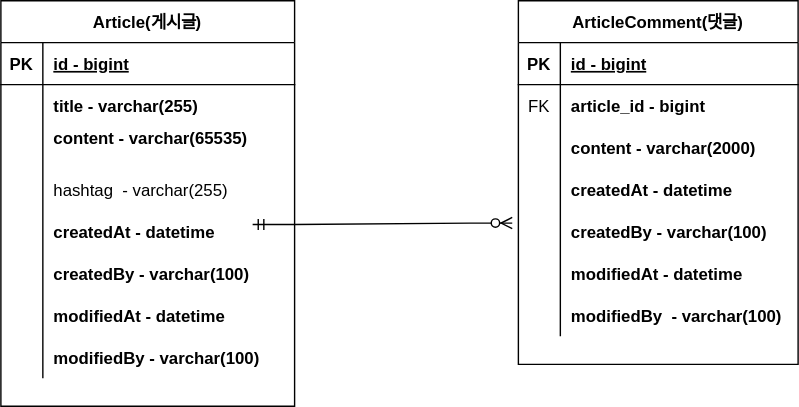
ikyoon0619/board-service keeps this draw.io diagram as document/project-board-erd.svg. Above is the earlier version. Source tidied: cells renumbered, new cells last; positions are measured from the earlier drawing's top-left corner, leaving out a move shared by most shapes.
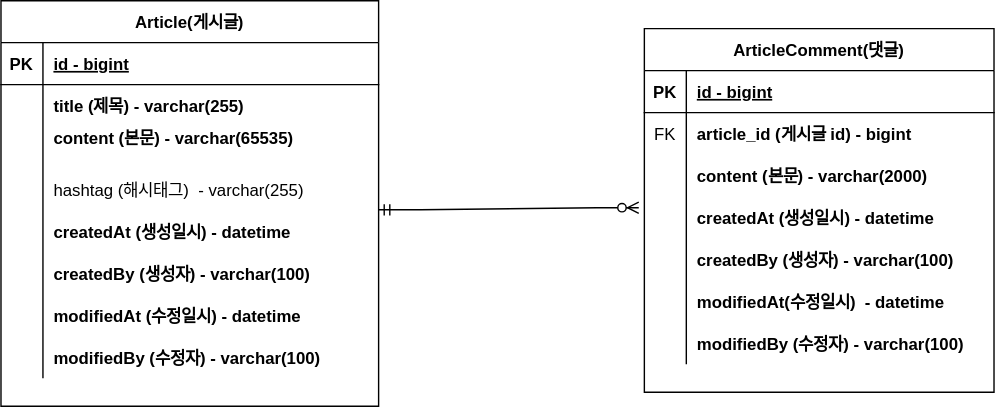
After the change.

Commit message:
#8 - ERD 한글 주석 업데이트: project-board-erd.svg

Change to the diagram source:
```diff
@@ -3,149 +3,149 @@
     <mxCell id="0" />
     <mxCell id="1" parent="0" />
     <mxCell id="2" value="Article(게시글)" style="shape=table;startSize=30;rowLines=0;fontStyle=1;align=center;" parent="1" vertex="1">
-      <mxGeometry width="210" height="290" as="geometry" />
+      <mxGeometry x="-20" width="270" height="290" as="geometry" />
     </mxCell>
     <mxCell id="3" style="shape=tableRow;horizontal=0;startSize=0;swimlaneHead=0;swimlaneBody=0;fillColor=none;top=0;left=0;right=0;bottom=1;" parent="2" vertex="1">
-      <mxGeometry y="30" width="210" height="30" as="geometry" />
+      <mxGeometry y="30" width="270" height="30" as="geometry" />
     </mxCell>
     <mxCell id="4" value="PK" style="shape=partialRectangle;fillColor=none;top=0;left=0;bottom=0;right=0;fontStyle=1;overflow=hidden;" parent="3" vertex="1">
       <mxGeometry width="30" height="30" as="geometry" />
     </mxCell>
     <mxCell id="5" value="id - bigint" style="shape=partialRectangle;fillColor=none;top=0;left=0;bottom=0;right=0;align=left;spacingLeft=6;fontStyle=5;overflow=hidden;" parent="3" vertex="1">
-      <mxGeometry x="30" width="180" height="30" as="geometry" />
+      <mxGeometry x="30" width="240" height="30" as="geometry" />
     </mxCell>
     <mxCell id="6" style="shape=tableRow;horizontal=0;startSize=0;swimlaneHead=0;swimlaneBody=0;fillColor=none;top=0;left=0;right=0;bottom=0;" parent="2" vertex="1">
-      <mxGeometry y="60" width="210" height="30" as="geometry" />
+      <mxGeometry y="60" width="270" height="30" as="geometry" />
     </mxCell>
     <mxCell id="7" style="shape=partialRectangle;fillColor=none;top=0;left=0;bottom=0;right=0;overflow=hidden;" parent="6" vertex="1">
       <mxGeometry width="30" height="30" as="geometry" />
     </mxCell>
-    <mxCell id="8" value="title - varchar(255)" style="shape=partialRectangle;fillColor=none;top=0;left=0;bottom=0;right=0;align=left;spacingLeft=6;overflow=hidden;fontStyle=1;" parent="6" vertex="1">
-      <mxGeometry x="30" width="180" height="30" as="geometry" />
+    <mxCell id="8" value="title (제목) - varchar(255)" style="shape=partialRectangle;fillColor=none;top=0;left=0;bottom=0;right=0;align=left;spacingLeft=6;overflow=hidden;fontStyle=1;" parent="6" vertex="1">
+      <mxGeometry x="30" width="240" height="30" as="geometry" />
     </mxCell>
     <mxCell id="9" style="shape=tableRow;horizontal=0;startSize=0;swimlaneHead=0;swimlaneBody=0;fillColor=none;top=0;left=0;right=0;bottom=0;" parent="2" vertex="1">
-      <mxGeometry y="90" width="210" height="30" as="geometry" />
+      <mxGeometry y="90" width="270" height="30" as="geometry" />
     </mxCell>
     <mxCell id="10" style="shape=partialRectangle;fillColor=none;top=0;left=0;bottom=0;right=0;overflow=hidden;" parent="9" vertex="1">
       <mxGeometry width="30" height="30" as="geometry" />
     </mxCell>
-    <mxCell id="11" value="content - varchar(65535)&#10; " style="shape=partialRectangle;fillColor=none;top=0;left=0;bottom=0;right=0;align=left;spacingLeft=6;overflow=hidden;fontStyle=1;" parent="9" vertex="1">
-      <mxGeometry x="30" width="180" height="30" as="geometry" />
+    <mxCell id="11" value="content (본문) - varchar(65535)&#10; " style="shape=partialRectangle;fillColor=none;top=0;left=0;bottom=0;right=0;align=left;spacingLeft=6;overflow=hidden;fontStyle=1;" parent="9" vertex="1">
+      <mxGeometry x="30" width="240" height="30" as="geometry" />
     </mxCell>
     <mxCell id="12" style="shape=tableRow;horizontal=0;startSize=0;swimlaneHead=0;swimlaneBody=0;fillColor=none;top=0;left=0;right=0;bottom=0;" parent="2" vertex="1">
-      <mxGeometry y="120" width="210" height="30" as="geometry" />
+      <mxGeometry y="120" width="270" height="30" as="geometry" />
     </mxCell>
     <mxCell id="13" style="shape=partialRectangle;fillColor=none;top=0;left=0;bottom=0;right=0;overflow=hidden;" parent="12" vertex="1">
       <mxGeometry width="30" height="30" as="geometry" />
     </mxCell>
-    <mxCell id="14" value="hashtag  - varchar(255)" style="shape=partialRectangle;fillColor=none;top=0;left=0;bottom=0;right=0;align=left;spacingLeft=6;overflow=hidden;" parent="12" vertex="1">
-      <mxGeometry x="30" width="180" height="30" as="geometry" />
+    <mxCell id="14" value="hashtag (해시태그)  - varchar(255)" style="shape=partialRectangle;fillColor=none;top=0;left=0;bottom=0;right=0;align=left;spacingLeft=6;overflow=hidden;" parent="12" vertex="1">
+      <mxGeometry x="30" width="240" height="30" as="geometry" />
     </mxCell>
     <mxCell id="15" style="shape=tableRow;horizontal=0;startSize=0;swimlaneHead=0;swimlaneBody=0;fillColor=none;top=0;left=0;right=0;bottom=0;" parent="2" vertex="1">
-      <mxGeometry y="150" width="210" height="30" as="geometry" />
+      <mxGeometry y="150" width="270" height="30" as="geometry" />
     </mxCell>
     <mxCell id="16" style="shape=partialRectangle;fillColor=none;top=0;left=0;bottom=0;right=0;overflow=hidden;" parent="15" vertex="1">
       <mxGeometry width="30" height="30" as="geometry" />
     </mxCell>
-    <mxCell id="17" value="createdAt - datetime" style="shape=partialRectangle;fillColor=none;top=0;left=0;bottom=0;right=0;align=left;spacingLeft=6;overflow=hidden;fontStyle=1;" parent="15" vertex="1">
-      <mxGeometry x="30" width="180" height="30" as="geometry" />
+    <mxCell id="17" value="createdAt (생성일시) - datetime" style="shape=partialRectangle;fillColor=none;top=0;left=0;bottom=0;right=0;align=left;spacingLeft=6;overflow=hidden;fontStyle=1;" parent="15" vertex="1">
+      <mxGeometry x="30" width="240" height="30" as="geometry" />
     </mxCell>
     <mxCell id="18" style="shape=tableRow;horizontal=0;startSize=0;swimlaneHead=0;swimlaneBody=0;fillColor=none;top=0;left=0;right=0;bottom=0;" parent="2" vertex="1">
-      <mxGeometry y="180" width="210" height="30" as="geometry" />
+      <mxGeometry y="180" width="270" height="30" as="geometry" />
     </mxCell>
     <mxCell id="19" style="shape=partialRectangle;fillColor=none;top=0;left=0;bottom=0;right=0;overflow=hidden;" parent="18" vertex="1">
       <mxGeometry width="30" height="30" as="geometry" />
     </mxCell>
-    <mxCell id="20" value="createdBy - varchar(100)" style="shape=partialRectangle;fillColor=none;top=0;left=0;bottom=0;right=0;align=left;spacingLeft=6;overflow=hidden;fontStyle=1;" parent="18" vertex="1">
-      <mxGeometry x="30" width="180" height="30" as="geometry" />
+    <mxCell id="20" value="createdBy (생성자) - varchar(100)" style="shape=partialRectangle;fillColor=none;top=0;left=0;bottom=0;right=0;align=left;spacingLeft=6;overflow=hidden;fontStyle=1;" parent="18" vertex="1">
+      <mxGeometry x="30" width="240" height="30" as="geometry" />
     </mxCell>
     <mxCell id="21" style="shape=tableRow;horizontal=0;startSize=0;swimlaneHead=0;swimlaneBody=0;fillColor=none;top=0;left=0;right=0;bottom=0;" parent="2" vertex="1">
-      <mxGeometry y="210" width="210" height="30" as="geometry" />
+      <mxGeometry y="210" width="270" height="30" as="geometry" />
     </mxCell>
     <mxCell id="22" style="shape=partialRectangle;fillColor=none;top=0;left=0;bottom=0;right=0;overflow=hidden;" parent="21" vertex="1">
       <mxGeometry width="30" height="30" as="geometry" />
     </mxCell>
-    <mxCell id="23" value="modifiedAt - datetime" style="shape=partialRectangle;fillColor=none;top=0;left=0;bottom=0;right=0;align=left;spacingLeft=6;overflow=hidden;fontStyle=1;" parent="21" vertex="1">
-      <mxGeometry x="30" width="180" height="30" as="geometry" />
+    <mxCell id="23" value="modifiedAt (수정일시) - datetime" style="shape=partialRectangle;fillColor=none;top=0;left=0;bottom=0;right=0;align=left;spacingLeft=6;overflow=hidden;fontStyle=1;" parent="21" vertex="1">
+      <mxGeometry x="30" width="240" height="30" as="geometry" />
     </mxCell>
     <mxCell id="24" style="shape=tableRow;horizontal=0;startSize=0;swimlaneHead=0;swimlaneBody=0;fillColor=none;top=0;left=0;right=0;bottom=0;" parent="2" vertex="1">
-      <mxGeometry y="240" width="210" height="30" as="geometry" />
+      <mxGeometry y="240" width="270" height="30" as="geometry" />
     </mxCell>
     <mxCell id="25" style="shape=partialRectangle;fillColor=none;top=0;left=0;bottom=0;right=0;overflow=hidden;" parent="24" vertex="1">
       <mxGeometry width="30" height="30" as="geometry" />
     </mxCell>
-    <mxCell id="26" value="modifiedBy - varchar(100)" style="shape=partialRectangle;fillColor=none;top=0;left=0;bottom=0;right=0;align=left;spacingLeft=6;overflow=hidden;fontStyle=1;" parent="24" vertex="1">
-      <mxGeometry x="30" width="180" height="30" as="geometry" />
+    <mxCell id="26" value="modifiedBy (수정자) - varchar(100)" style="shape=partialRectangle;fillColor=none;top=0;left=0;bottom=0;right=0;align=left;spacingLeft=6;overflow=hidden;fontStyle=1;" parent="24" vertex="1">
+      <mxGeometry x="30" width="240" height="30" as="geometry" />
     </mxCell>
     <mxCell id="27" value="ArticleComment(댓글)" style="shape=table;startSize=30;rowLines=0;fontStyle=1;align=center;" parent="1" vertex="1">
-      <mxGeometry x="370" width="200" height="260" as="geometry" />
+      <mxGeometry x="440" y="20" width="250" height="260" as="geometry" />
     </mxCell>
     <mxCell id="28" style="shape=tableRow;horizontal=0;startSize=0;swimlaneHead=0;swimlaneBody=0;fillColor=none;top=0;left=0;right=0;bottom=1;" parent="27" vertex="1">
-      <mxGeometry y="30" width="200" height="30" as="geometry" />
+      <mxGeometry y="30" width="250" height="30" as="geometry" />
     </mxCell>
     <mxCell id="29" value="PK" style="shape=partialRectangle;fillColor=none;top=0;left=0;bottom=0;right=0;fontStyle=1;overflow=hidden;" parent="28" vertex="1">
       <mxGeometry width="30" height="30" as="geometry" />
     </mxCell>
     <mxCell id="30" value="id - bigint" style="shape=partialRectangle;fillColor=none;top=0;left=0;bottom=0;right=0;align=left;spacingLeft=6;fontStyle=5;overflow=hidden;" parent="28" vertex="1">
-      <mxGeometry x="30" width="170" height="30" as="geometry" />
+      <mxGeometry x="30" width="220" height="30" as="geometry" />
     </mxCell>
     <mxCell id="31" style="shape=tableRow;horizontal=0;startSize=0;swimlaneHead=0;swimlaneBody=0;fillColor=none;top=0;left=0;right=0;bottom=0;" parent="27" vertex="1">
-      <mxGeometry y="60" width="200" height="30" as="geometry" />
+      <mxGeometry y="60" width="250" height="30" as="geometry" />
     </mxCell>
     <mxCell id="32" value="FK" style="shape=partialRectangle;fillColor=none;top=0;left=0;bottom=0;right=0;overflow=hidden;" parent="31" vertex="1">
       <mxGeometry width="30" height="30" as="geometry" />
     </mxCell>
-    <mxCell id="33" value="article_id - bigint" style="shape=partialRectangle;fillColor=none;top=0;left=0;bottom=0;right=0;align=left;spacingLeft=6;overflow=hidden;fontStyle=1;" parent="31" vertex="1">
-      <mxGeometry x="30" width="170" height="30" as="geometry" />
+    <mxCell id="33" value="article_id (게시글 id) - bigint" style="shape=partialRectangle;fillColor=none;top=0;left=0;bottom=0;right=0;align=left;spacingLeft=6;overflow=hidden;fontStyle=1;" parent="31" vertex="1">
+      <mxGeometry x="30" width="220" height="30" as="geometry" />
     </mxCell>
     <mxCell id="34" style="shape=tableRow;horizontal=0;startSize=0;swimlaneHead=0;swimlaneBody=0;fillColor=none;top=0;left=0;right=0;bottom=0;" parent="27" vertex="1">
-      <mxGeometry y="90" width="200" height="30" as="geometry" />
+      <mxGeometry y="90" width="250" height="30" as="geometry" />
     </mxCell>
     <mxCell id="35" style="shape=partialRectangle;fillColor=none;top=0;left=0;bottom=0;right=0;overflow=hidden;" parent="34" vertex="1">
       <mxGeometry width="30" height="30" as="geometry" />
     </mxCell>
-    <mxCell id="36" value="content - varchar(2000)" style="shape=partialRectangle;fillColor=none;top=0;left=0;bottom=0;right=0;align=left;spacingLeft=6;overflow=hidden;fontStyle=1;" parent="34" vertex="1">
-      <mxGeometry x="30" width="170" height="30" as="geometry" />
+    <mxCell id="36" value="content (본문) - varchar(2000)" style="shape=partialRectangle;fillColor=none;top=0;left=0;bottom=0;right=0;align=left;spacingLeft=6;overflow=hidden;fontStyle=1;" parent="34" vertex="1">
+      <mxGeometry x="30" width="220" height="30" as="geometry" />
     </mxCell>
     <mxCell id="37" style="shape=tableRow;horizontal=0;startSize=0;swimlaneHead=0;swimlaneBody=0;fillColor=none;points=[[0,0.5],[1,0.5]];portConstraint=eastwest;top=0;left=0;right=0;bottom=0;" parent="27" vertex="1">
-      <mxGeometry y="120" width="200" height="30" as="geometry" />
+      <mxGeometry y="120" width="250" height="30" as="geometry" />
     </mxCell>
     <mxCell id="38" style="shape=partialRectangle;fillColor=none;top=0;left=0;bottom=0;right=0;overflow=hidden;" parent="37" vertex="1">
       <mxGeometry width="30" height="30" as="geometry" />
     </mxCell>
-    <mxCell id="39" value="createdAt - datetime" style="shape=partialRectangle;fillColor=none;top=0;left=0;bottom=0;right=0;align=left;spacingLeft=6;overflow=hidden;fontStyle=1;" parent="37" vertex="1">
-      <mxGeometry x="30" width="170" height="30" as="geometry" />
+    <mxCell id="39" value="createdAt (생성일시) - datetime" style="shape=partialRectangle;fillColor=none;top=0;left=0;bottom=0;right=0;align=left;spacingLeft=6;overflow=hidden;fontStyle=1;" parent="37" vertex="1">
+      <mxGeometry x="30" width="220" height="30" as="geometry" />
     </mxCell>
     <mxCell id="40" style="shape=tableRow;horizontal=0;startSize=0;swimlaneHead=0;swimlaneBody=0;fillColor=none;points=[[0,0.5],[1,0.5]];portConstraint=eastwest;top=0;left=0;right=0;bottom=0;" parent="27" vertex="1">
-      <mxGeometry y="150" width="200" height="30" as="geometry" />
+      <mxGeometry y="150" width="250" height="30" as="geometry" />
     </mxCell>
     <mxCell id="41" style="shape=partialRectangle;fillColor=none;top=0;left=0;bottom=0;right=0;overflow=hidden;" parent="40" vertex="1">
       <mxGeometry width="30" height="30" as="geometry" />
     </mxCell>
-    <mxCell id="42" value="createdBy - varchar(100)" style="shape=partialRectangle;fillColor=none;top=0;left=0;bottom=0;right=0;align=left;spacingLeft=6;overflow=hidden;fontStyle=1;" parent="40" vertex="1">
-      <mxGeometry x="30" width="170" height="30" as="geometry" />
+    <mxCell id="42" value="createdBy (생성자) - varchar(100)" style="shape=partialRectangle;fillColor=none;top=0;left=0;bottom=0;right=0;align=left;spacingLeft=6;overflow=hidden;fontStyle=1;" parent="40" vertex="1">
+      <mxGeometry x="30" width="220" height="30" as="geometry" />
     </mxCell>
     <mxCell id="43" style="shape=tableRow;horizontal=0;startSize=0;swimlaneHead=0;swimlaneBody=0;fillColor=none;top=0;left=0;right=0;bottom=0;" parent="27" vertex="1">
-      <mxGeometry y="180" width="200" height="30" as="geometry" />
+      <mxGeometry y="180" width="250" height="30" as="geometry" />
     </mxCell>
     <mxCell id="44" style="shape=partialRectangle;fillColor=none;top=0;left=0;bottom=0;right=0;overflow=hidden;" parent="43" vertex="1">
       <mxGeometry width="30" height="30" as="geometry" />
     </mxCell>
-    <mxCell id="45" value="modifiedAt - datetime" style="shape=partialRectangle;fillColor=none;top=0;left=0;bottom=0;right=0;align=left;spacingLeft=6;overflow=hidden;fontStyle=1;" parent="43" vertex="1">
-      <mxGeometry x="30" width="170" height="30" as="geometry" />
+    <mxCell id="45" value="modifiedAt(수정일시)  - datetime" style="shape=partialRectangle;fillColor=none;top=0;left=0;bottom=0;right=0;align=left;spacingLeft=6;overflow=hidden;fontStyle=1;" parent="43" vertex="1">
+      <mxGeometry x="30" width="220" height="30" as="geometry" />
     </mxCell>
     <mxCell id="46" style="shape=tableRow;horizontal=0;startSize=0;swimlaneHead=0;swimlaneBody=0;fillColor=none;top=0;left=0;right=0;bottom=0;" parent="27" vertex="1">
-      <mxGeometry y="210" width="200" height="30" as="geometry" />
+      <mxGeometry y="210" width="250" height="30" as="geometry" />
     </mxCell>
     <mxCell id="47" style="shape=partialRectangle;fillColor=none;top=0;left=0;bottom=0;right=0;overflow=hidden;" parent="46" vertex="1">
       <mxGeometry width="30" height="30" as="geometry" />
     </mxCell>
-    <mxCell id="48" value="modifiedBy  - varchar(100)" style="shape=partialRectangle;fillColor=none;top=0;left=0;bottom=0;right=0;align=left;spacingLeft=6;overflow=hidden;fontStyle=1;" parent="46" vertex="1">
-      <mxGeometry x="30" width="170" height="30" as="geometry" />
+    <mxCell id="48" value="modifiedBy (수정자) - varchar(100)" style="shape=partialRectangle;fillColor=none;top=0;left=0;bottom=0;right=0;align=left;spacingLeft=6;overflow=hidden;fontStyle=1;" parent="46" vertex="1">
+      <mxGeometry x="30" width="220" height="30" as="geometry" />
     </mxCell>
-    <mxCell id="49" style="edgeStyle=entityRelationEdgeStyle;fontSize=12;html=1;endArrow=ERzeroToMany;startArrow=ERmandOne;rounded=0;entryX=-0.022;entryY=0.3;entryDx=0;entryDy=0;entryPerimeter=0;" parent="1" edge="1" target="40">
+    <mxCell id="49" style="edgeStyle=entityRelationEdgeStyle;fontSize=12;html=1;endArrow=ERzeroToMany;startArrow=ERmandOne;rounded=0;entryX=-0.016;entryY=0.267;entryDx=0;entryDy=0;entryPerimeter=0;" parent="1" edge="1" target="37">
       <mxGeometry relative="1" as="geometry">
-        <mxPoint x="180" y="160" as="sourcePoint" />
+        <mxPoint x="250" y="149.5" as="sourcePoint" />
       </mxGeometry>
     </mxCell>
   </root>
```
